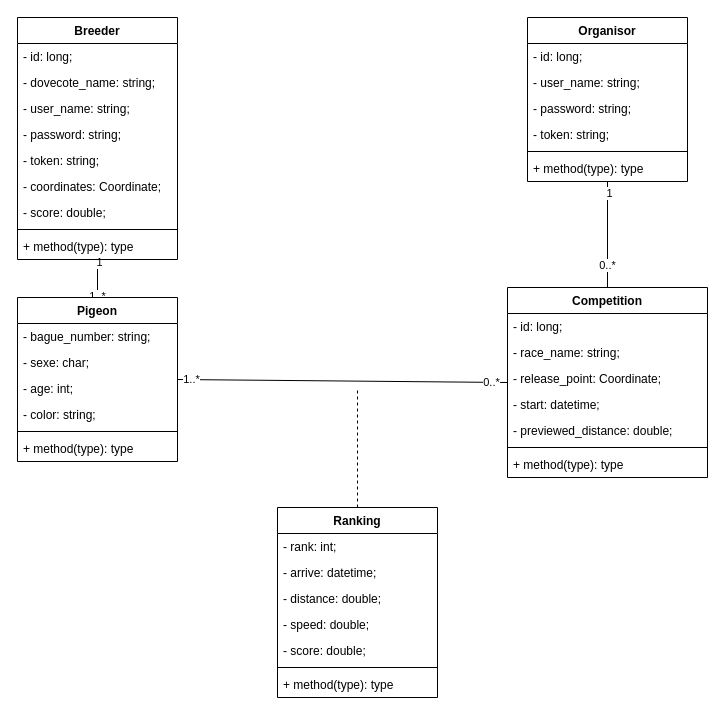
Earlier version of the draw.io diagram PigeonSkyRaceUML.drawio (rabiilfarakh/PigeonsVoyageurs). Source tidied: cells renumbered, new cells numbered last; positions are measured from the earlier drawing's top-left corner, leaving out a move shared by most shapes. Both pictures are drawn from the tidied source at 100%, with x=0, y=0 at pixel (17, 17).
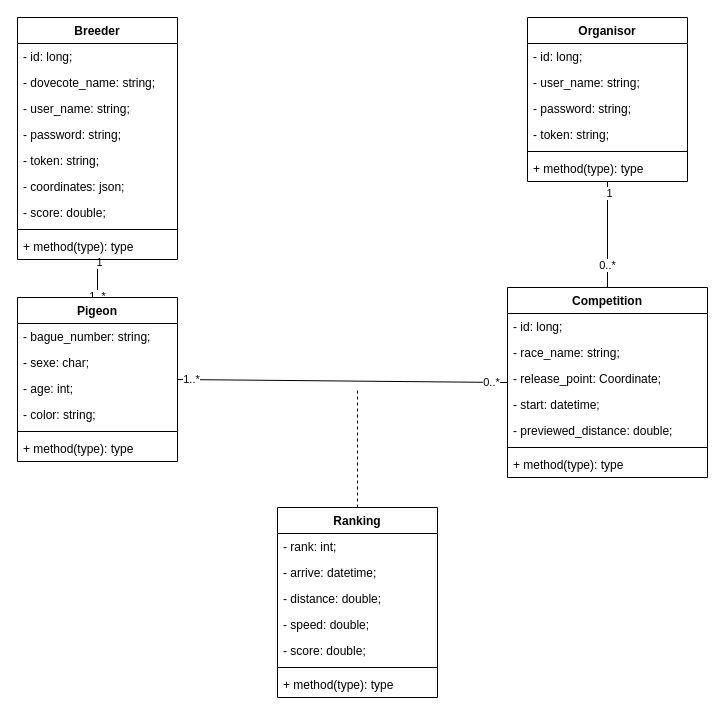
The same diagram, later.

The change refers to these unchanged cells:
```xml
<mxCell id="5" value="Breeder" style="swimlane;fontStyle=1;align=center;verticalAlign=top;horizontal=1;startSize=26;whiteSpace=wrap;html=1;" parent="1" vertex="1">
  <mxGeometry width="160" height="242" as="geometry" />
</mxCell>
```

Change to the diagram source:
```diff
@@
-    <mxCell id="11" value="- coordinates: Coordinate;" style="text;strokeColor=none;fillColor=none;align=left;verticalAlign=top;spacingLeft=4;spacingRight=4;overflow=hidden;whiteSpace=wrap;html=1;" parent="5" vertex="1">
+    <mxCell id="11" value="- coordinates: json;" style="text;strokeColor=none;fillColor=none;align=left;verticalAlign=top;spacingLeft=4;spacingRight=4;overflow=hidden;whiteSpace=wrap;html=1;" parent="5" vertex="1">
       <mxGeometry y="156" width="160" height="26" as="geometry" />
     </mxCell>
```
